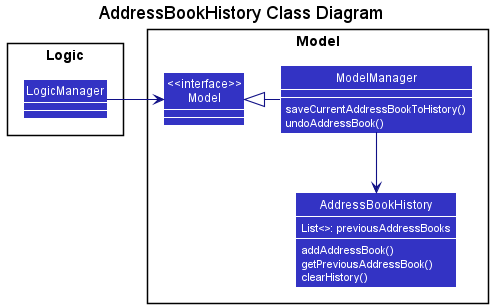
nus-cs2103-AY2122S2/tp keeps this PlantUML diagram as docs/images/AddressBookHistoryClassDiagram.png. Above is the earlier version. Its diagram source:
```plantuml
@startuml
!include style.puml
skinparam arrowThickness 1.1
skinparam arrowColor LOGIC_COLOR_T4
skinparam classBackgroundColor LOGIC_COLOR
skinparam classAttributeFontColor BackgroundColor
show members

title AddressBookHistory Class Diagram

package Logic {
    class LogicManager
}

package Model {
Class "<<interface>>\nModel" as Model

    class ModelManager {
        saveCurrentAddressBookToHistory()
        undoAddressBook()
    }

    class AddressBookHistory {
        List<>: previousAddressBooks
        addAddressBook()
        getPreviousAddressBook()
        clearHistory()
    }
}

LogicManager -> Model
Model <|- ModelManager
ModelManager -down-> AddressBookHistory

@enduml
```
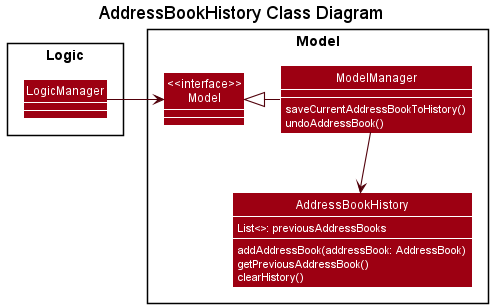
The same diagram one commit later.

The edit, as a diff of the source:
```diff
@@ -1,8 +1,8 @@
 @startuml
 !include style.puml
 skinparam arrowThickness 1.1
-skinparam arrowColor LOGIC_COLOR_T4
-skinparam classBackgroundColor LOGIC_COLOR
+skinparam arrowColor MODEL_COLOR_T4
+skinparam classBackgroundColor MODEL_COLOR
 skinparam classAttributeFontColor BackgroundColor
 show members
 
@@ -22,7 +22,7 @@
 
     class AddressBookHistory {
         List<>: previousAddressBooks
-        addAddressBook()
+        addAddressBook(addressBook: AddressBook)
         getPreviousAddressBook()
         clearHistory()
     }
```
